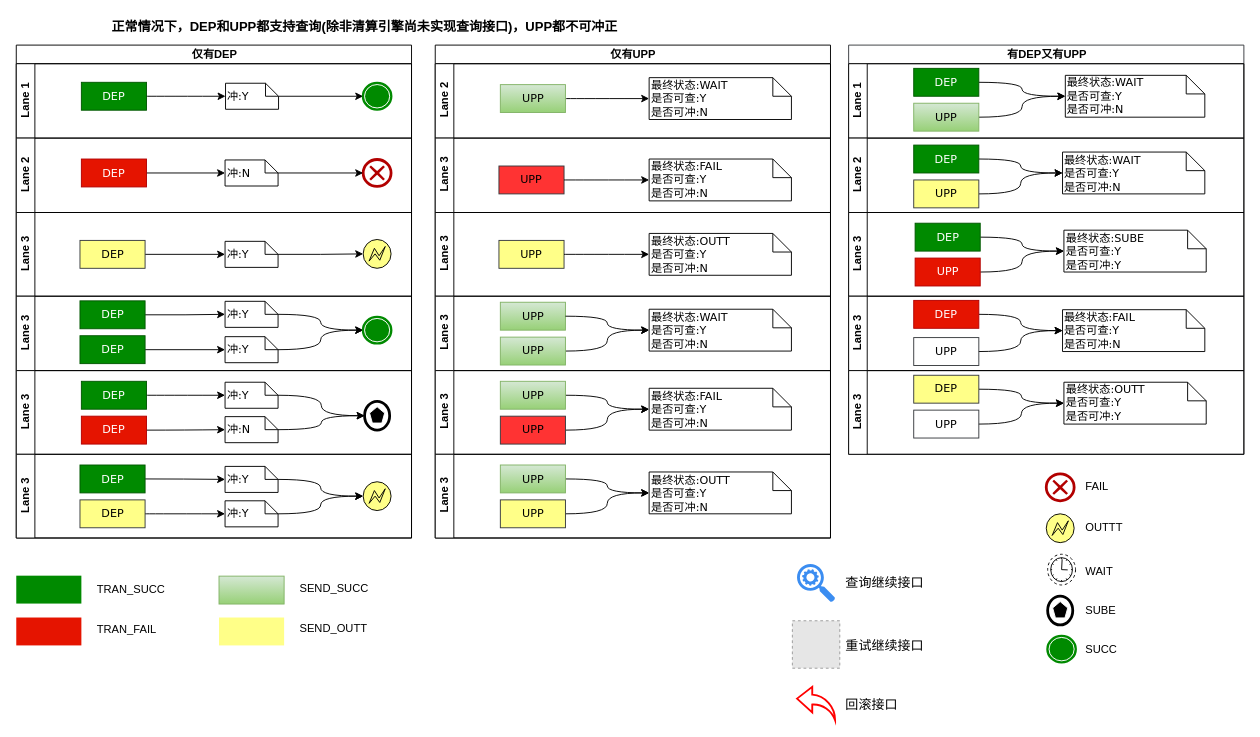
Before: 清算引擎交互流程图.drawio in staconfree/design, a draw.io diagram. Source tidied: cells renumbered, new cells numbered last; positions are measured from the earlier drawing's top-left corner, leaving out a move shared by most shapes. Both pictures are drawn from the tidied source at 93%, with x=0, y=0 at pixel (16, 16). Pictures stored in the file or linked from it are replaced by grey dashed boxes.
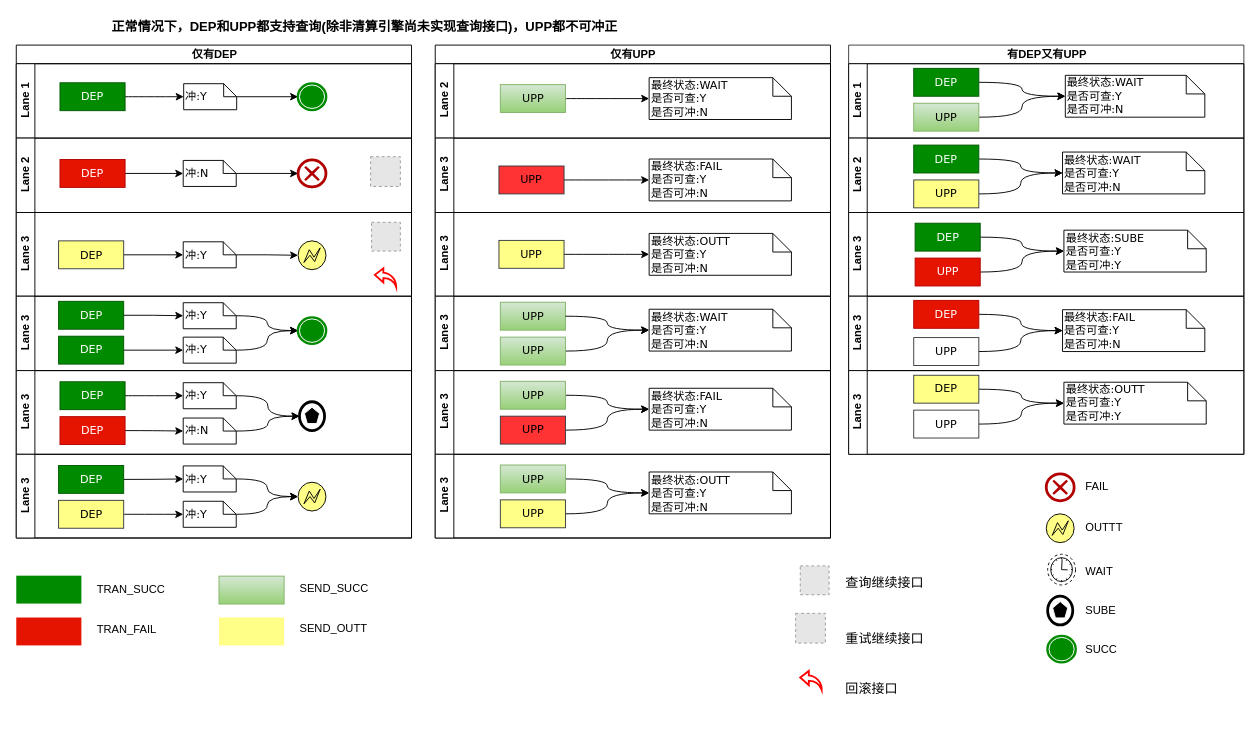
Above is the later version.

Commit message (it also covers changes not shown here):
更新清算引擎交互流程图.drawio

The change refers to these unchanged cells:
```xml
<mxCell id="3" value="Lane 1" style="swimlane;html=1;startSize=20;horizontal=0;" parent="2" vertex="1">
  <mxGeometry y="20" width="425" height="80" as="geometry" />
</mxCell>
<mxCell id="9" value="Lane 2" style="swimlane;html=1;startSize=20;horizontal=0;" parent="2" vertex="1">
  <mxGeometry y="100" width="425" height="80" as="geometry" />
</mxCell>
<mxCell id="15" value="Lane 3" style="swimlane;html=1;startSize=20;horizontal=0;" parent="2" vertex="1">
  <mxGeometry y="180" width="425" height="90" as="geometry" />
</mxCell>
<mxCell id="21" value="Lane 3" style="swimlane;html=1;startSize=20;horizontal=0;" parent="2" vertex="1">
  <mxGeometry y="270" width="425" height="80" as="geometry" />
</mxCell>
<mxCell id="31" value="Lane 3" style="swimlane;html=1;startSize=20;horizontal=0;" parent="2" vertex="1">
  <mxGeometry y="350" width="425" height="90" as="geometry" />
</mxCell>
<mxCell id="41" value="Lane 3" style="swimlane;html=1;startSize=20;horizontal=0;" parent="2" vertex="1">
  <mxGeometry y="440" width="425" height="90" as="geometry" />
</mxCell>
```

The edit, as a diff of the source:
```diff
@@
     <mxCell id="5" value="DEP" style="rounded=0;whiteSpace=wrap;html=1;shadow=0;comic=0;labelBackgroundColor=none;strokeColor=#005700;strokeWidth=1;fillColor=#008a00;fontFamily=Verdana;fontSize=12;fontColor=#ffffff;align=center;arcSize=50;" parent="3" vertex="1">
-      <mxGeometry x="70" y="20" width="70" height="30" as="geometry" />
+      <mxGeometry x="47" y="20.5" width="70" height="30" as="geometry" />
     </mxCell>
@@
     <mxCell id="7" value="冲:Y" style="shape=note;whiteSpace=wrap;html=1;rounded=0;shadow=0;comic=0;labelBackgroundColor=none;strokeColor=#000000;strokeWidth=1;fillColor=#ffffff;fontFamily=Verdana;fontSize=12;fontColor=#000000;align=left;size=14;" parent="3" vertex="1">
-      <mxGeometry x="225" y="21" width="57" height="28" as="geometry" />
+      <mxGeometry x="180" y="21.5" width="57" height="28" as="geometry" />
     </mxCell>
     <mxCell id="8" style="shape=mxgraph.bpmn.shape;html=1;verticalLabelPosition=bottom;labelBackgroundColor=#ffffff;verticalAlign=top;align=center;perimeter=ellipsePerimeter;outlineConnect=0;outline=end;symbol=terminate;strokeColor=#008A00;" parent="3" vertex="1">
-      <mxGeometry x="373" y="21" width="30" height="28" as="geometry" />
+      <mxGeometry x="303" y="21.5" width="30" height="28" as="geometry" />
     </mxCell>
@@
     <mxCell id="11" value="DEP" style="rounded=0;whiteSpace=wrap;html=1;shadow=0;comic=0;labelBackgroundColor=none;strokeColor=#B20000;strokeWidth=1;fillColor=#e51400;fontFamily=Verdana;fontSize=12;fontColor=#ffffff;align=center;arcSize=50;" parent="9" vertex="1">
-      <mxGeometry x="70" y="22.5" width="70" height="30" as="geometry" />
+      <mxGeometry x="47" y="23" width="70" height="30" as="geometry" />
     </mxCell>
     <mxCell id="12" style="shape=mxgraph.bpmn.shape;html=1;verticalLabelPosition=bottom;labelBackgroundColor=#ffffff;verticalAlign=top;align=center;perimeter=ellipsePerimeter;outlineConnect=0;outline=end;symbol=cancel;fillColor=none;strokeColor=#B20000;fontColor=#ffffff;" parent="9" vertex="1">
-      <mxGeometry x="373" y="23" width="30" height="29" as="geometry" />
+      <mxGeometry x="303" y="23.5" width="30" height="29" as="geometry" />
     </mxCell>
@@
     <mxCell id="14" value="冲:N" style="shape=note;whiteSpace=wrap;html=1;rounded=0;shadow=0;comic=0;labelBackgroundColor=none;strokeColor=#000000;strokeWidth=1;fillColor=#ffffff;fontFamily=Verdana;fontSize=12;fontColor=#000000;align=left;size=14;" parent="9" vertex="1">
-      <mxGeometry x="224.5" y="23.5" width="57" height="28" as="geometry" />
+      <mxGeometry x="179.5" y="24" width="57" height="28" as="geometry" />
     </mxCell>
+    <mxCell id="138" style="fillColor=#E6E6E6;strokeColor=#999999;dashed=1;html=1;verticalAlign=top;verticalLabelPosition=bottom;labelBackgroundColor=#ffffff;fontSize=14;" parent="9" vertex="1">
+      <mxGeometry x="381" y="20" width="32" height="32" as="geometry" />
+    </mxCell>
@@
     <mxCell id="17" value="DEP" style="rounded=0;whiteSpace=wrap;html=1;shadow=0;comic=0;labelBackgroundColor=none;strokeColor=#36393d;strokeWidth=1;fillColor=#ffff88;fontFamily=Verdana;fontSize=12;align=center;arcSize=50;" parent="15" vertex="1">
-      <mxGeometry x="68.5" y="30" width="70" height="30" as="geometry" />
+      <mxGeometry x="45.5" y="30.5" width="70" height="30" as="geometry" />
     </mxCell>
     <mxCell id="18" style="shape=mxgraph.bpmn.shape;html=1;verticalLabelPosition=bottom;labelBackgroundColor=#ffffff;verticalAlign=top;align=center;perimeter=ellipsePerimeter;outlineConnect=0;outline=eventInt;symbol=error;fillColor=#FFFF88;" parent="15" vertex="1">
-      <mxGeometry x="373" y="29" width="30" height="31" as="geometry" />
+      <mxGeometry x="303" y="30.5" width="30" height="31" as="geometry" />
     </mxCell>
@@
     <mxCell id="20" value="冲:Y" style="shape=note;whiteSpace=wrap;html=1;rounded=0;shadow=0;comic=0;labelBackgroundColor=none;strokeColor=#000000;strokeWidth=1;fillColor=#ffffff;fontFamily=Verdana;fontSize=12;fontColor=#000000;align=left;size=14;" parent="15" vertex="1">
-      <mxGeometry x="224.5" y="31" width="57" height="28" as="geometry" />
+      <mxGeometry x="179.5" y="31.5" width="57" height="28" as="geometry" />
     </mxCell>
+    <mxCell id="139" style="fillColor=#E6E6E6;strokeColor=#999999;dashed=1;html=1;verticalAlign=top;verticalLabelPosition=bottom;labelBackgroundColor=#ffffff;fontSize=14;" parent="15" vertex="1">
+      <mxGeometry x="382" y="10.5" width="31" height="31" as="geometry" />
+    </mxCell>
+    <mxCell id="140" style="html=1;verticalLabelPosition=bottom;align=center;labelBackgroundColor=#ffffff;verticalAlign=top;strokeWidth=2;strokeColor=#FF0000;fillColor=#ffffff;shadow=0;dashed=0;shape=mxgraph.ios7.icons.back;fontSize=14;" parent="15" vertex="1">
+      <mxGeometry x="385.5" y="60" width="23" height="20" as="geometry" />
+    </mxCell>
@@
     <mxCell id="23" value="DEP" style="rounded=0;whiteSpace=wrap;html=1;shadow=0;comic=0;labelBackgroundColor=none;strokeColor=#005700;strokeWidth=1;fillColor=#008a00;fontFamily=Verdana;fontSize=12;align=center;arcSize=50;fontColor=#ffffff;" parent="21" vertex="1">
-      <mxGeometry x="68.5" y="5" width="70" height="30" as="geometry" />
+      <mxGeometry x="45.5" y="5.5" width="70" height="30" as="geometry" />
     </mxCell>
@@
     <mxCell id="25" value="DEP" style="rounded=0;whiteSpace=wrap;html=1;shadow=0;comic=0;labelBackgroundColor=none;strokeColor=#005700;strokeWidth=1;fillColor=#008a00;fontFamily=Verdana;fontSize=12;align=center;arcSize=50;fontColor=#ffffff;" parent="21" vertex="1">
-      <mxGeometry x="68.5" y="42.5" width="70" height="30" as="geometry" />
+      <mxGeometry x="45.5" y="43" width="70" height="30" as="geometry" />
     </mxCell>
@@
     <mxCell id="27" value="冲:Y" style="shape=note;whiteSpace=wrap;html=1;rounded=0;shadow=0;comic=0;labelBackgroundColor=none;strokeColor=#000000;strokeWidth=1;fillColor=#ffffff;fontFamily=Verdana;fontSize=12;fontColor=#000000;align=left;size=14;" parent="21" vertex="1">
-      <mxGeometry x="224.5" y="5.5" width="57" height="28" as="geometry" />
+      <mxGeometry x="179.5" y="7" width="57" height="28" as="geometry" />
     </mxCell>
@@
     <mxCell id="29" value="冲:Y" style="shape=note;whiteSpace=wrap;html=1;rounded=0;shadow=0;comic=0;labelBackgroundColor=none;strokeColor=#000000;strokeWidth=1;fillColor=#ffffff;fontFamily=Verdana;fontSize=12;fontColor=#000000;align=left;size=14;" parent="21" vertex="1">
-      <mxGeometry x="224.5" y="43.5" width="57" height="28" as="geometry" />
+      <mxGeometry x="179.5" y="44" width="57" height="28" as="geometry" />
     </mxCell>
     <mxCell id="30" style="shape=mxgraph.bpmn.shape;html=1;verticalLabelPosition=bottom;labelBackgroundColor=#ffffff;verticalAlign=top;align=center;perimeter=ellipsePerimeter;outlineConnect=0;outline=end;symbol=terminate;strokeColor=#008A00;" parent="21" vertex="1">
-      <mxGeometry x="373" y="22.5" width="30" height="28" as="geometry" />
+      <mxGeometry x="303" y="23" width="30" height="28" as="geometry" />
     </mxCell>
@@
     <mxCell id="33" value="DEP" style="rounded=0;whiteSpace=wrap;html=1;shadow=0;comic=0;labelBackgroundColor=none;strokeColor=#005700;strokeWidth=1;fillColor=#008a00;fontFamily=Verdana;fontSize=12;fontColor=#ffffff;align=center;arcSize=50;" parent="31" vertex="1">
-      <mxGeometry x="70" y="11.5" width="70" height="30" as="geometry" />
+      <mxGeometry x="47" y="12" width="70" height="30" as="geometry" />
     </mxCell>
@@
     <mxCell id="35" value="DEP" style="rounded=0;whiteSpace=wrap;html=1;shadow=0;comic=0;labelBackgroundColor=none;strokeColor=#B20000;strokeWidth=1;fillColor=#e51400;fontFamily=Verdana;fontSize=12;fontColor=#ffffff;align=center;arcSize=50;" parent="31" vertex="1">
-      <mxGeometry x="70" y="49" width="70" height="30" as="geometry" />
+      <mxGeometry x="47" y="49.5" width="70" height="30" as="geometry" />
     </mxCell>
     <mxCell id="36" style="shape=mxgraph.bpmn.shape;html=1;verticalLabelPosition=bottom;labelBackgroundColor=#ffffff;verticalAlign=top;align=center;perimeter=ellipsePerimeter;outlineConnect=0;outline=end;symbol=multiple;" parent="31" vertex="1">
-      <mxGeometry x="374.5" y="33" width="27" height="31" as="geometry" />
+      <mxGeometry x="304.5" y="33.5" width="27" height="31" as="geometry" />
     </mxCell>
@@
     <mxCell id="38" value="冲:Y" style="shape=note;whiteSpace=wrap;html=1;rounded=0;shadow=0;comic=0;labelBackgroundColor=none;strokeColor=#000000;strokeWidth=1;fillColor=#ffffff;fontFamily=Verdana;fontSize=12;fontColor=#000000;align=left;size=14;" parent="31" vertex="1">
-      <mxGeometry x="224.5" y="12.5" width="57" height="28" as="geometry" />
+      <mxGeometry x="179.5" y="13" width="57" height="28" as="geometry" />
     </mxCell>
@@
     <mxCell id="40" value="冲:N" style="shape=note;whiteSpace=wrap;html=1;rounded=0;shadow=0;comic=0;labelBackgroundColor=none;strokeColor=#000000;strokeWidth=1;fillColor=#ffffff;fontFamily=Verdana;fontSize=12;fontColor=#000000;align=left;size=14;" parent="31" vertex="1">
-      <mxGeometry x="224.5" y="49.5" width="57" height="28" as="geometry" />
+      <mxGeometry x="179.5" y="51" width="57" height="28" as="geometry" />
     </mxCell>
@@
     <mxCell id="43" value="DEP" style="rounded=0;whiteSpace=wrap;html=1;shadow=0;comic=0;labelBackgroundColor=none;strokeColor=#005700;strokeWidth=1;fillColor=#008a00;fontFamily=Verdana;fontSize=12;align=center;arcSize=50;fontColor=#ffffff;" parent="41" vertex="1">
-      <mxGeometry x="68.5" y="11.5" width="70" height="30" as="geometry" />
+      <mxGeometry x="45.5" y="12" width="70" height="30" as="geometry" />
     </mxCell>
@@
     <mxCell id="45" value="DEP" style="rounded=0;whiteSpace=wrap;html=1;shadow=0;comic=0;labelBackgroundColor=none;strokeColor=#36393d;strokeWidth=1;fillColor=#ffff88;fontFamily=Verdana;fontSize=12;align=center;arcSize=50;" parent="41" vertex="1">
-      <mxGeometry x="68.5" y="49" width="70" height="30" as="geometry" />
+      <mxGeometry x="45.5" y="49.5" width="70" height="30" as="geometry" />
     </mxCell>
     <mxCell id="46" style="shape=mxgraph.bpmn.shape;html=1;verticalLabelPosition=bottom;labelBackgroundColor=#ffffff;verticalAlign=top;align=center;perimeter=ellipsePerimeter;outlineConnect=0;outline=eventInt;symbol=error;fillColor=#FFFF88;" parent="41" vertex="1">
-      <mxGeometry x="373" y="29.5" width="30" height="31" as="geometry" />
+      <mxGeometry x="303" y="30" width="30" height="31" as="geometry" />
     </mxCell>
@@
     <mxCell id="48" value="冲:Y" style="shape=note;whiteSpace=wrap;html=1;rounded=0;shadow=0;comic=0;labelBackgroundColor=none;strokeColor=#000000;strokeWidth=1;fillColor=#ffffff;fontFamily=Verdana;fontSize=12;fontColor=#000000;align=left;size=14;" parent="41" vertex="1">
-      <mxGeometry x="224.5" y="13" width="57" height="28" as="geometry" />
+      <mxGeometry x="179.5" y="12.5" width="57" height="28" as="geometry" />
     </mxCell>
@@
     <mxCell id="50" value="冲:Y" style="shape=note;whiteSpace=wrap;html=1;rounded=0;shadow=0;comic=0;labelBackgroundColor=none;strokeColor=#000000;strokeWidth=1;fillColor=#ffffff;fontFamily=Verdana;fontSize=12;fontColor=#000000;align=left;size=14;" parent="41" vertex="1">
-      <mxGeometry x="224.5" y="50" width="57" height="28" as="geometry" />
+      <mxGeometry x="179.5" y="50.5" width="57" height="28" as="geometry" />
     </mxCell>
@@
-    <mxCell id="132" style="html=1;strokeColor=none;shadow=0;align=center;verticalAlign=top;fillColor=#3B8DF1;shape=mxgraph.gcp2.search_api;fontSize=14;" parent="1" vertex="1">
-      <mxGeometry x="839.5" y="589" width="41" height="41" as="geometry" />
-    </mxCell>
@@
     <mxCell id="134" style="fillColor=#E6E6E6;strokeColor=#999999;dashed=1;html=1;verticalAlign=top;verticalLabelPosition=bottom;labelBackgroundColor=#ffffff;fontSize=14;" parent="1" vertex="1">
-      <mxGeometry x="834.5" y="650" width="51" height="51" as="geometry" />
+      <mxGeometry x="838" y="642" width="32" height="32" as="geometry" />
     </mxCell>
     <mxCell id="135" style="html=1;verticalLabelPosition=bottom;align=center;labelBackgroundColor=#ffffff;verticalAlign=top;strokeWidth=2;strokeColor=#FF0000;fillColor=#ffffff;shadow=0;dashed=0;shape=mxgraph.ios7.icons.back;fontSize=14;" parent="1" vertex="1">
-      <mxGeometry x="839.5" y="721" width="41" height="36" as="geometry" />
+      <mxGeometry x="843" y="704" width="23" height="20" as="geometry" />
     </mxCell>
     <mxCell id="136" value="重试继续接口" style="text;html=1;align=left;verticalAlign=top;spacingTop=-4;fontSize=14;" parent="1" vertex="1">
-      <mxGeometry x="890" y="665.5" width="100" height="20" as="geometry" />
+      <mxGeometry x="890" y="657.5" width="100" height="20" as="geometry" />
     </mxCell>
     <mxCell id="137" value="回滚接口" style="text;html=1;align=left;verticalAlign=top;spacingTop=-4;fontSize=14;" parent="1" vertex="1">
-      <mxGeometry x="890" y="729" width="70" height="20" as="geometry" />
+      <mxGeometry x="890" y="712" width="70" height="20" as="geometry" />
     </mxCell>
+    <mxCell id="141" style="fillColor=#E6E6E6;strokeColor=#999999;dashed=1;html=1;verticalAlign=top;verticalLabelPosition=bottom;labelBackgroundColor=#ffffff;fontSize=14;" parent="1" vertex="1">
+      <mxGeometry x="843" y="591" width="31" height="31" as="geometry" />
+    </mxCell>
```
